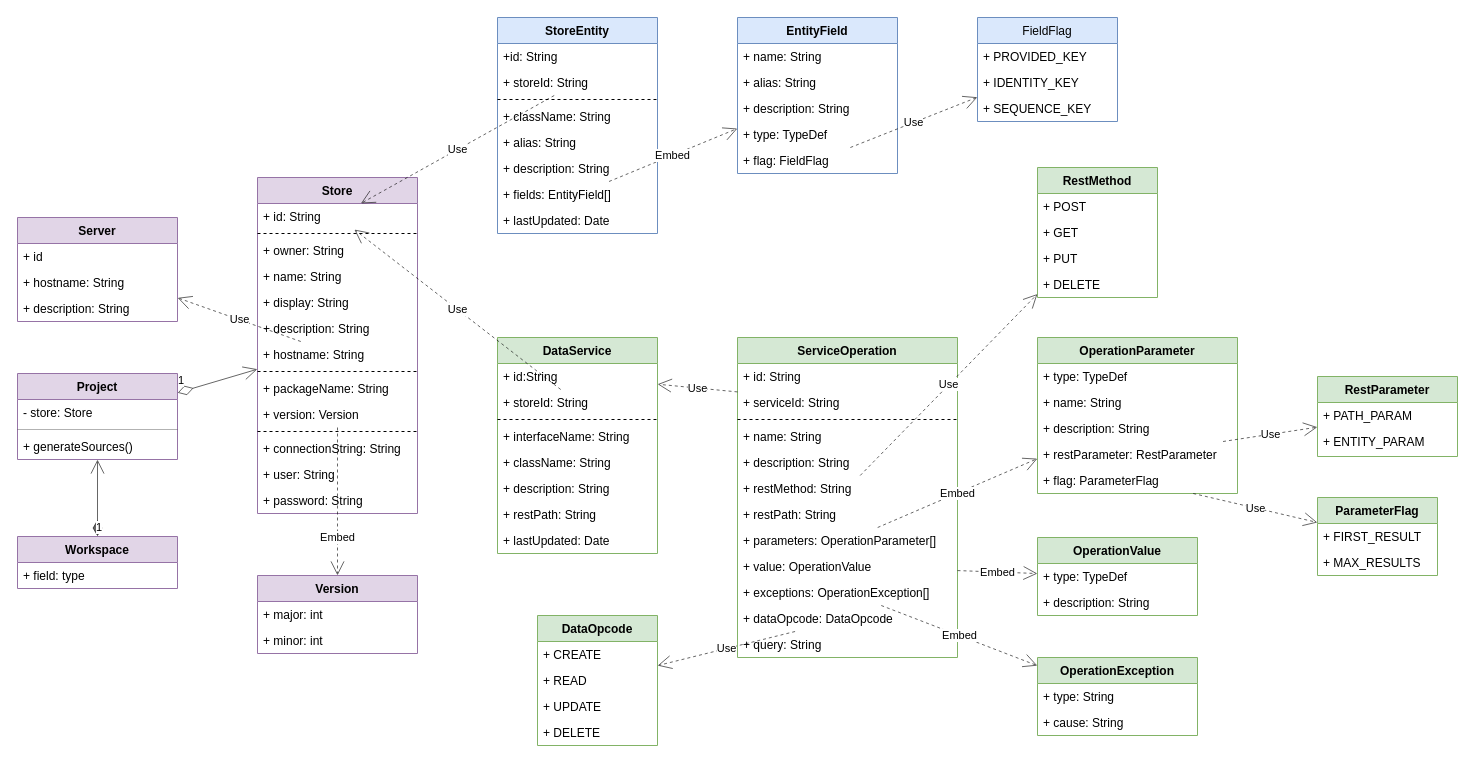
Above: page "API Gateway Meta" (1 of 2) of doc/diagrams.drawio in js-lib-com/tiny-store (draw.io), before the change. Source tidied: cells renumbered, new cells numbered last; positions are measured from the earlier drawing's top-left corner, leaving out a move shared by most shapes. Both pictures are drawn from the tidied source at 100%, with x=0, y=0 at pixel (17, 17).
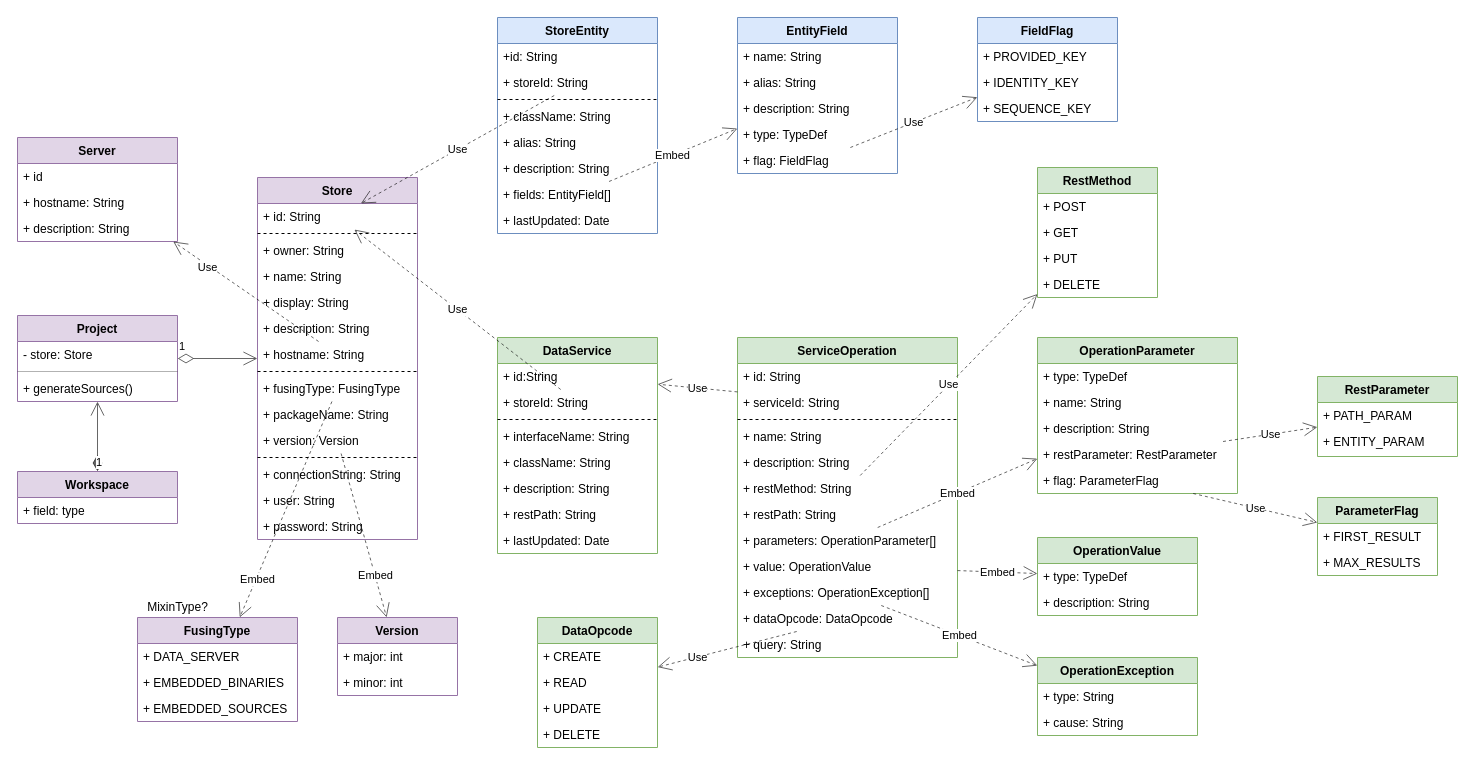
The same diagram, later.

Commit message (it also covers changes not shown here):
Create integration diagram.

Unchanged cells that the change refers to:
```xml
<mxCell id="9" value="+ hostname: String" style="text;strokeColor=none;fillColor=none;align=left;verticalAlign=top;spacingLeft=4;spacingRight=4;overflow=hidden;points=[[0,0.5],[1,0.5]];portConstraint=eastwest;" parent="2" vertex="1">
  <mxGeometry y="164" width="160" height="26" as="geometry" />
</mxCell>
<mxCell id="62" value="+ dataOpcode: DataOpcode" style="text;strokeColor=none;fillColor=none;align=left;verticalAlign=top;spacingLeft=4;spacingRight=4;overflow=hidden;points=[[0,0.5],[1,0.5]];portConstraint=eastwest;" parent="51" vertex="1">
  <mxGeometry y="268" width="220" height="26" as="geometry" />
</mxCell>
```

Diff of the diagram source:
```diff
@@
     <mxCell id="2" value="Store" style="swimlane;fontStyle=1;align=center;verticalAlign=top;horizontal=1;startSize=26;rounded=0;fillColor=#e1d5e7;strokeColor=#9673a6;" parent="1" vertex="1">
-      <mxGeometry x="240" y="160" width="160" height="336" as="geometry" />
+      <mxGeometry x="240" y="160" width="160" height="362" as="geometry" />
     </mxCell>
@@
+    <mxCell id="115" value="+ fusingType: FusingType" style="text;strokeColor=none;fillColor=none;align=left;verticalAlign=top;spacingLeft=4;spacingRight=4;overflow=hidden;points=[[0,0.5],[1,0.5]];portConstraint=eastwest;" parent="2" vertex="1">
+      <mxGeometry y="198" width="160" height="26" as="geometry" />
+    </mxCell>
     <mxCell id="11" value="+ packageName: String" style="text;strokeColor=none;fillColor=none;align=left;verticalAlign=top;spacingLeft=4;spacingRight=4;overflow=hidden;rounded=0;opacity=30;" parent="2" vertex="1">
-      <mxGeometry y="198" width="160" height="26" as="geometry" />
+      <mxGeometry y="224" width="160" height="26" as="geometry" />
     </mxCell>
     <mxCell id="12" value="+ version: Version" style="text;strokeColor=none;fillColor=none;align=left;verticalAlign=top;spacingLeft=4;spacingRight=4;overflow=hidden;points=[[0,0.5],[1,0.5]];portConstraint=eastwest;rounded=0;opacity=30;" parent="2" vertex="1">
-      <mxGeometry y="224" width="160" height="26" as="geometry" />
+      <mxGeometry y="250" width="160" height="26" as="geometry" />
     </mxCell>
     <mxCell id="13" style="line;strokeWidth=1;fillColor=none;align=left;verticalAlign=middle;spacingTop=-1;spacingLeft=3;spacingRight=3;labelPosition=right;dashed=1;" parent="2" vertex="1">
-      <mxGeometry y="250" width="160" height="8" as="geometry" />
+      <mxGeometry y="276" width="160" height="8" as="geometry" />
     </mxCell>
     <mxCell id="14" value="+ connectionString: String" style="text;strokeColor=none;fillColor=none;align=left;verticalAlign=top;spacingLeft=4;spacingRight=4;overflow=hidden;rounded=0;opacity=30;" parent="2" vertex="1">
-      <mxGeometry y="258" width="160" height="26" as="geometry" />
+      <mxGeometry y="284" width="160" height="26" as="geometry" />
     </mxCell>
     <mxCell id="15" value="+ user: String" style="text;strokeColor=none;fillColor=none;align=left;verticalAlign=top;spacingLeft=4;spacingRight=4;overflow=hidden;rounded=0;opacity=30;" parent="2" vertex="1">
-      <mxGeometry y="284" width="160" height="26" as="geometry" />
+      <mxGeometry y="310" width="160" height="26" as="geometry" />
     </mxCell>
     <mxCell id="16" value="+ password: String" style="text;strokeColor=none;fillColor=none;align=left;verticalAlign=top;spacingLeft=4;spacingRight=4;overflow=hidden;rounded=0;opacity=30;" parent="2" vertex="1">
-      <mxGeometry y="310" width="160" height="26" as="geometry" />
+      <mxGeometry y="336" width="160" height="26" as="geometry" />
     </mxCell>
@@
     <mxCell id="35" value="Workspace" style="swimlane;fontStyle=1;align=center;verticalAlign=top;horizontal=1;startSize=26;rounded=0;fillColor=#e1d5e7;strokeColor=#9673a6;" parent="1" vertex="1">
-      <mxGeometry y="519" width="160" height="52" as="geometry" />
+      <mxGeometry y="454" width="160" height="52" as="geometry" />
     </mxCell>
@@
     <mxCell id="37" value="Project" style="swimlane;fontStyle=1;align=center;verticalAlign=top;horizontal=1;startSize=26;rounded=0;fillColor=#e1d5e7;strokeColor=#9673a6;" parent="1" vertex="1">
-      <mxGeometry y="356" width="160" height="86" as="geometry" />
+      <mxGeometry y="298" width="160" height="86" as="geometry" />
     </mxCell>
@@
     <mxCell id="84" value="DataOpcode" style="swimlane;fontStyle=1;horizontal=1;startSize=26;fillColor=#d5e8d4;strokeColor=#82b366;" parent="1" vertex="1">
-      <mxGeometry x="520" y="598" width="120" height="130" as="geometry" />
+      <mxGeometry x="520" y="600" width="120" height="130" as="geometry" />
     </mxCell>
@@
     <mxCell id="89" value="Use" style="endArrow=open;endSize=12;dashed=1;html=1;rounded=0;opacity=60;" parent="1" edge="1" source="62" target="84">
-      <mxGeometry relative="1" as="geometry" />
+      <mxGeometry x="0.43" y="1" relative="1" as="geometry">
+        <mxPoint y="-1" as="offset" />
+      </mxGeometry>
     </mxCell>
@@
     <mxCell id="95" value="Server" style="swimlane;fontStyle=1;horizontal=1;startSize=26;fillColor=#e1d5e7;strokeColor=#9673a6;" parent="1" vertex="1">
-      <mxGeometry y="200" width="160" height="104" as="geometry" />
+      <mxGeometry y="120" width="160" height="104" as="geometry" />
     </mxCell>
@@
     <mxCell id="99" value="Use" style="endArrow=open;endSize=12;dashed=1;html=1;rounded=0;opacity=60;" parent="1" edge="1" source="9" target="95">
-      <mxGeometry relative="1" as="geometry" />
+      <mxGeometry x="0.51" y="2" relative="1" as="geometry" />
     </mxCell>
-    <mxCell id="100" value="FieldFlag" style="swimlane;fontStyle=0;horizontal=1;startSize=26;fillColor=#dae8fc;strokeColor=#6c8ebf;" parent="1" vertex="1">
+    <mxCell id="100" value="FieldFlag" style="swimlane;fontStyle=1;horizontal=1;startSize=26;fillColor=#dae8fc;strokeColor=#6c8ebf;" parent="1" vertex="1">
       <mxGeometry x="960" width="140" height="104" as="geometry" />
     </mxCell>
@@
     <mxCell id="111" value="Version" style="swimlane;fontStyle=1;align=center;verticalAlign=top;horizontal=1;startSize=26;fillColor=#e1d5e7;strokeColor=#9673a6;" parent="1" vertex="1">
-      <mxGeometry x="240" y="558" width="160" height="78" as="geometry" />
+      <mxGeometry x="320" y="600" width="120" height="78" as="geometry" />
     </mxCell>
     <mxCell id="112" value="+ major: int" style="text;strokeColor=none;fillColor=none;align=left;verticalAlign=top;spacingLeft=4;spacingRight=4;overflow=hidden;" parent="111" vertex="1">
-      <mxGeometry y="26" width="160" height="26" as="geometry" />
+      <mxGeometry y="26" width="120" height="26" as="geometry" />
     </mxCell>
     <mxCell id="113" value="+ minor: int" style="text;strokeColor=none;fillColor=none;align=left;verticalAlign=top;spacingLeft=4;spacingRight=4;overflow=hidden;" parent="111" vertex="1">
-      <mxGeometry y="52" width="160" height="26" as="geometry" />
+      <mxGeometry y="52" width="120" height="26" as="geometry" />
     </mxCell>
@@
+    <mxCell id="116" value="FusingType" style="swimlane;fontStyle=1;horizontal=1;startSize=26;fillColor=#e1d5e7;strokeColor=#9673a6;" parent="1" vertex="1">
+      <mxGeometry x="120" y="600" width="160" height="104" as="geometry" />
+    </mxCell>
+    <mxCell id="117" value="+ DATA_SERVER" style="text;strokeColor=none;fillColor=none;align=left;verticalAlign=top;spacingLeft=4;spacingRight=4;overflow=hidden;" parent="116" vertex="1">
+      <mxGeometry y="26" width="160" height="26" as="geometry" />
+    </mxCell>
+    <mxCell id="118" value="+ EMBEDDED_BINARIES" style="text;strokeColor=none;fillColor=none;align=left;verticalAlign=top;spacingLeft=4;spacingRight=4;overflow=hidden;" parent="116" vertex="1">
+      <mxGeometry y="52" width="160" height="26" as="geometry" />
+    </mxCell>
+    <mxCell id="119" value="+ EMBEDDED_SOURCES" style="text;strokeColor=none;fillColor=none;align=left;verticalAlign=top;spacingLeft=4;spacingRight=4;overflow=hidden;" parent="116" vertex="1">
+      <mxGeometry y="78" width="160" height="26" as="geometry" />
+    </mxCell>
+    <mxCell id="120" value="Embed" style="endArrow=open;endSize=12;dashed=1;html=1;rounded=0;opacity=60;" parent="1" edge="1" source="115" target="116">
+      <mxGeometry x="0.64" y="1" relative="1" as="geometry" />
+    </mxCell>
+    <mxCell id="121" value="MixinType?" style="text;html=1;align=center;verticalAlign=middle;strokeColor=none;fillColor=none;" parent="1" vertex="1">
+      <mxGeometry x="120" y="580" width="80" height="20" as="geometry" />
+    </mxCell>
```
